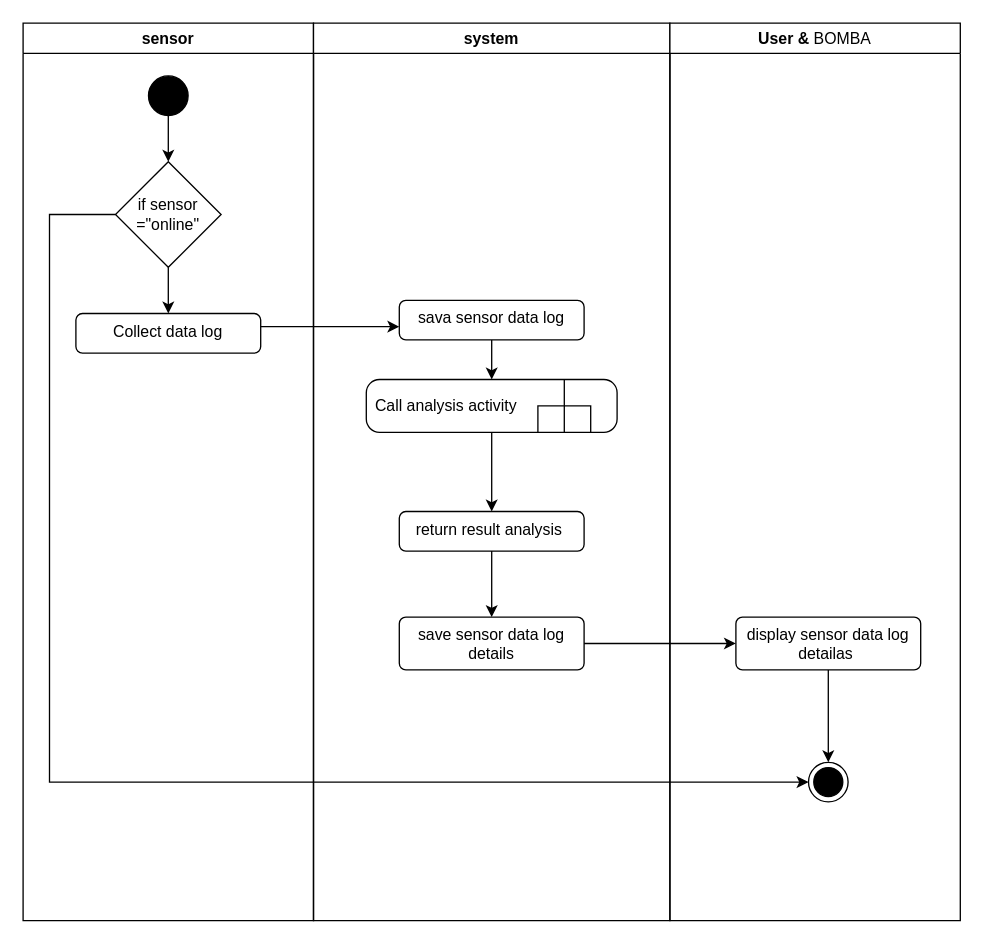
SNFASA/AI-Fire-Monitoring-System keeps this draw.io diagram as page "collectdata AD" (14 of 21) of doc/PSM.drawio. Above is the earlier version. Source tidied: cells renumbered, new cells numbered last; positions are measured from the earlier drawing's top-left corner, leaving out a move shared by most shapes. Both pictures are drawn from the tidied source at 132%, with x=0, y=0 at pixel (22, 22).
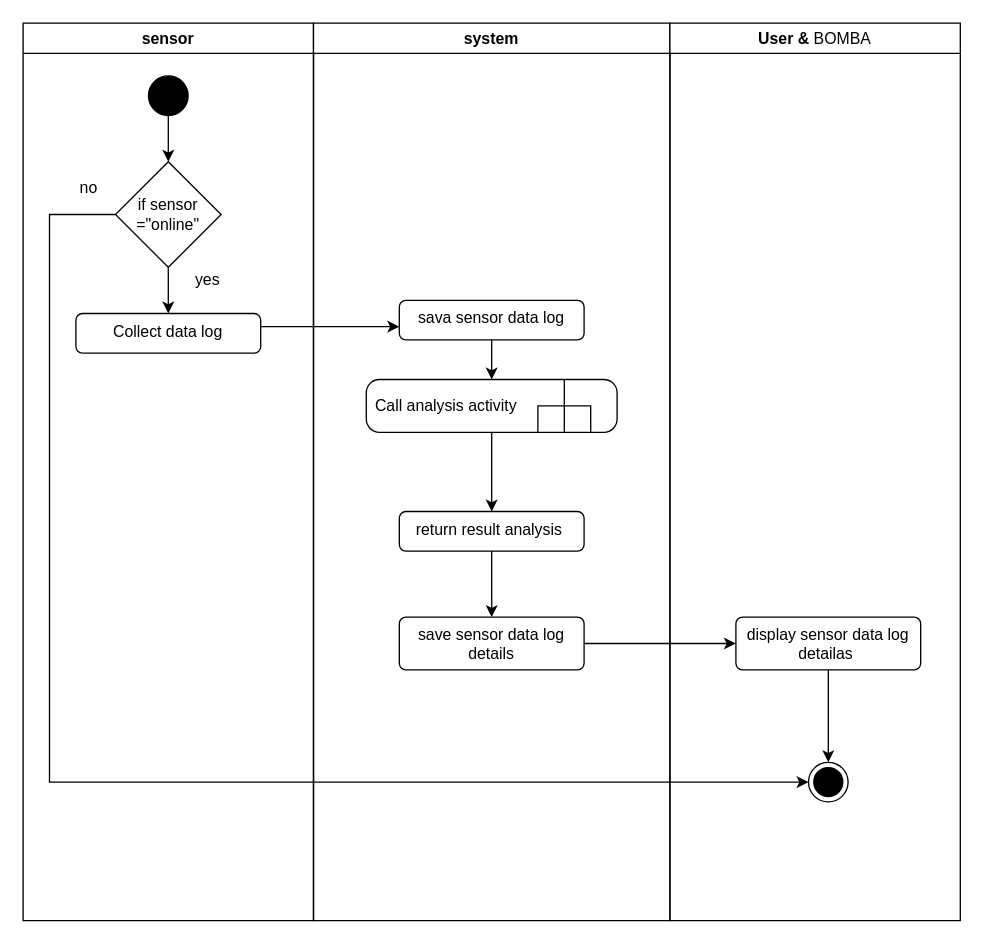
The same diagram, later.

Unchanged cells that the change refers to:
```xml
<mxCell id="2" value="sensor" style="swimlane;whiteSpace=wrap;html=1;" parent="1" vertex="1">
  <mxGeometry width="220" height="680" as="geometry" />
</mxCell>
```

Diff of the diagram source:
```diff
@@
+    <mxCell id="24" value="yes" style="text;html=1;whiteSpace=wrap;strokeColor=none;fillColor=none;align=center;verticalAlign=middle;rounded=0;" parent="2" vertex="1">
+      <mxGeometry x="110" y="180" width="60" height="30" as="geometry" />
+    </mxCell>
+    <mxCell id="25" value="no" style="text;html=1;whiteSpace=wrap;strokeColor=none;fillColor=none;align=center;verticalAlign=middle;rounded=0;" parent="2" vertex="1">
+      <mxGeometry x="20" y="110" width="60" height="30" as="geometry" />
+    </mxCell>
```
